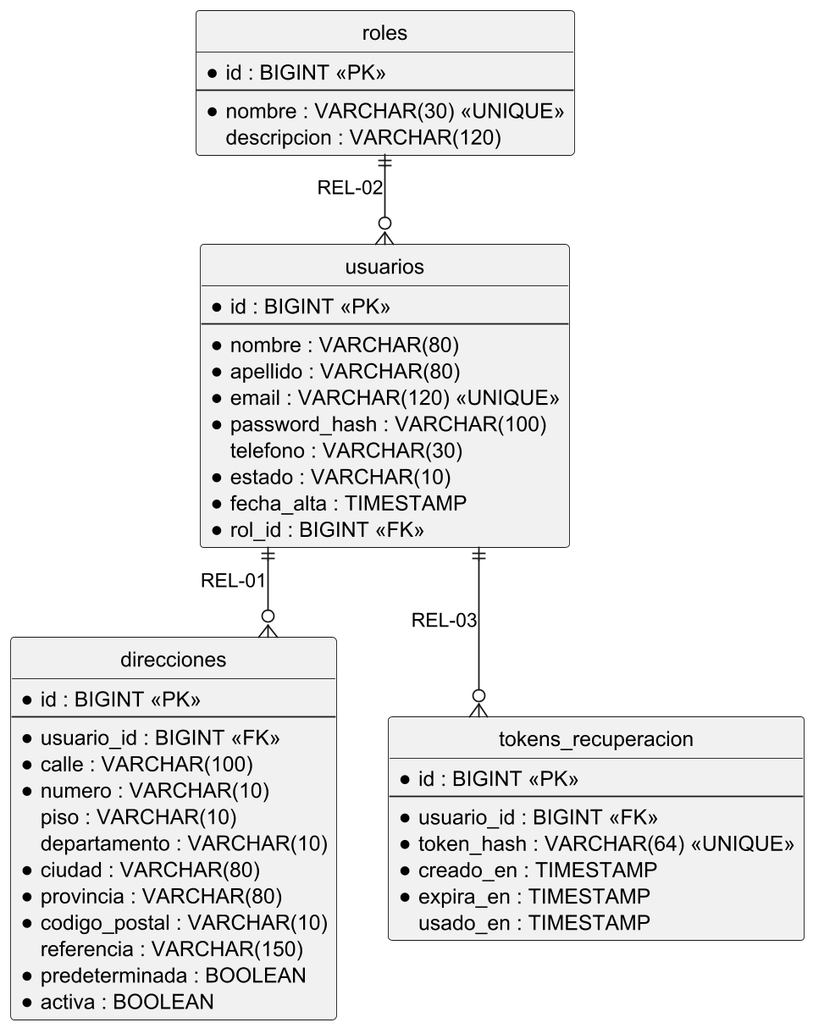
Before: doc/Diagramas/der.png, a diagram exported from PlantUML (CarlaGorgal2002/deliverygo-usuarios-auth).
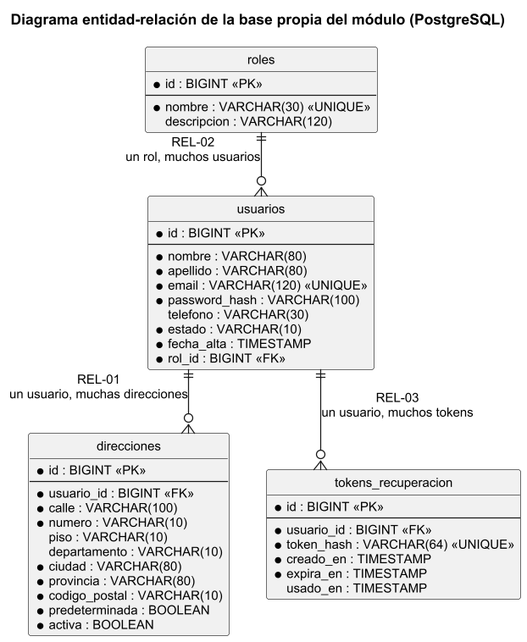
After the commit.

What changed in the source:
```diff
@@ -1,8 +1,20 @@
 @startuml der
-skinparam dpi 170
+skinparam dpi 120
+skinparam shadowing false
+skinparam defaultFontName Arial
+skinparam defaultFontSize 12
+skinparam linetype ortho
 hide circle
-skinparam linetype ortho
-entity "usuarios" as usuario {
+title Diagrama entidad-relación de la base propia del módulo (PostgreSQL)
+
+entity "roles" as roles {
+  * id : BIGINT <<PK>>
+  --
+  * nombre : VARCHAR(30) <<UNIQUE>>
+  descripcion : VARCHAR(120)
+}
+
+entity "usuarios" as usuarios {
   * id : BIGINT <<PK>>
   --
   * nombre : VARCHAR(80)
@@ -14,13 +26,8 @@
   * fecha_alta : TIMESTAMP
   * rol_id : BIGINT <<FK>>
 }
-entity "roles" as rol {
-  * id : BIGINT <<PK>>
-  --
-  * nombre : VARCHAR(30) <<UNIQUE>>
-  descripcion : VARCHAR(120)
-}
-entity "direcciones" as direccion {
+
+entity "direcciones" as direcciones {
   * id : BIGINT <<PK>>
   --
   * usuario_id : BIGINT <<FK>>
@@ -31,12 +38,10 @@
   * ciudad : VARCHAR(80)
   * provincia : VARCHAR(80)
   * codigo_postal : VARCHAR(10)
-  referencia : VARCHAR(150)
   * predeterminada : BOOLEAN
   * activa : BOOLEAN
 }
-rol ||--o{ usuario : "REL-02"
-usuario ||--o{ direccion : "REL-01"
+
 entity "tokens_recuperacion" as tokens {
   * id : BIGINT <<PK>>
   --
@@ -46,5 +51,8 @@
   * expira_en : TIMESTAMP
   usado_en : TIMESTAMP
 }
-usuario ||--o{ tokens : "REL-03"
+
+roles ||--o{ usuarios : "REL-02\nun rol, muchos usuarios"
+usuarios ||--o{ direcciones : "REL-01\nun usuario, muchas direcciones"
+usuarios ||--o{ tokens : "REL-03\nun usuario, muchos tokens"
 @enduml
```
